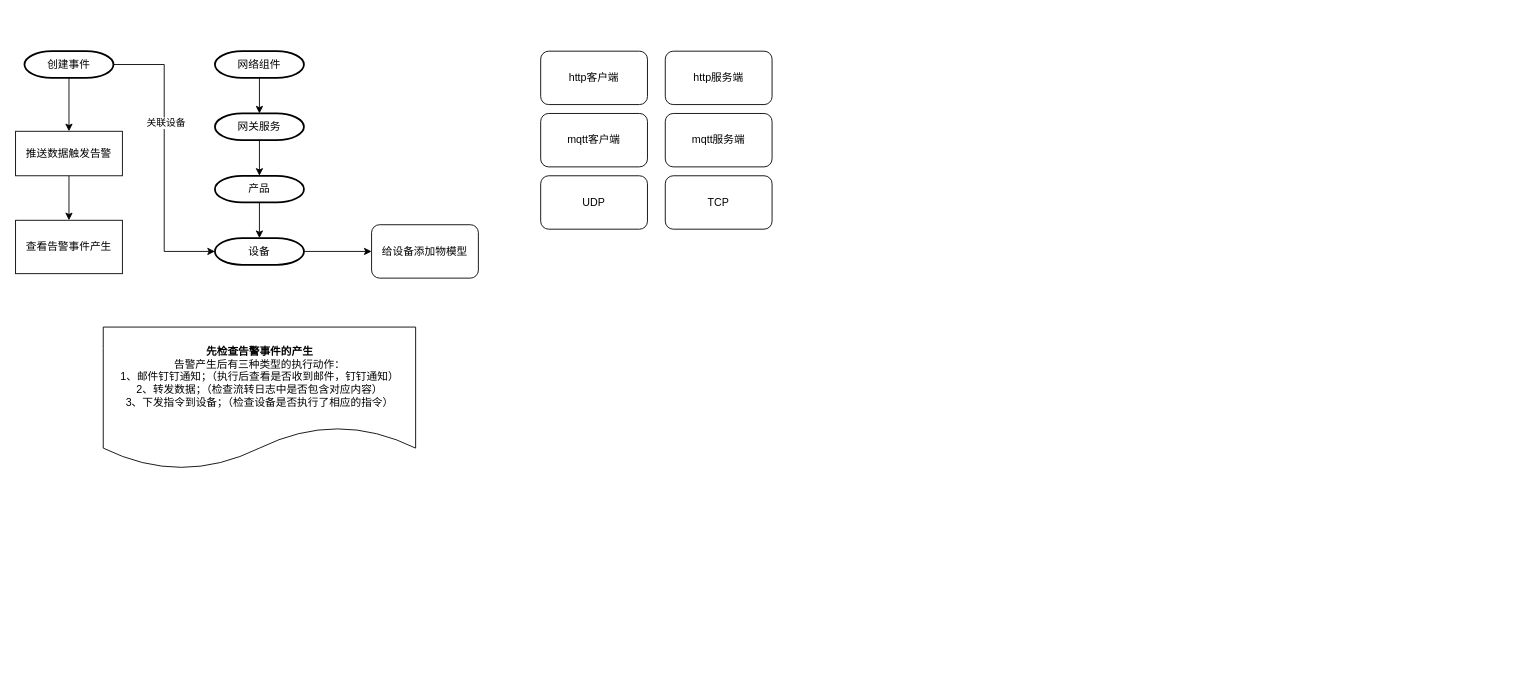
Before: 未命名绘图.drawio in TesterPi/test, a draw.io diagram. Source tidied: cells renumbered, new cells numbered last; positions are measured from the earlier drawing's top-left corner, leaving out a move shared by most shapes. Both pictures are drawn from the tidied source at 89%, with x=0, y=0 at pixel (15, 51).
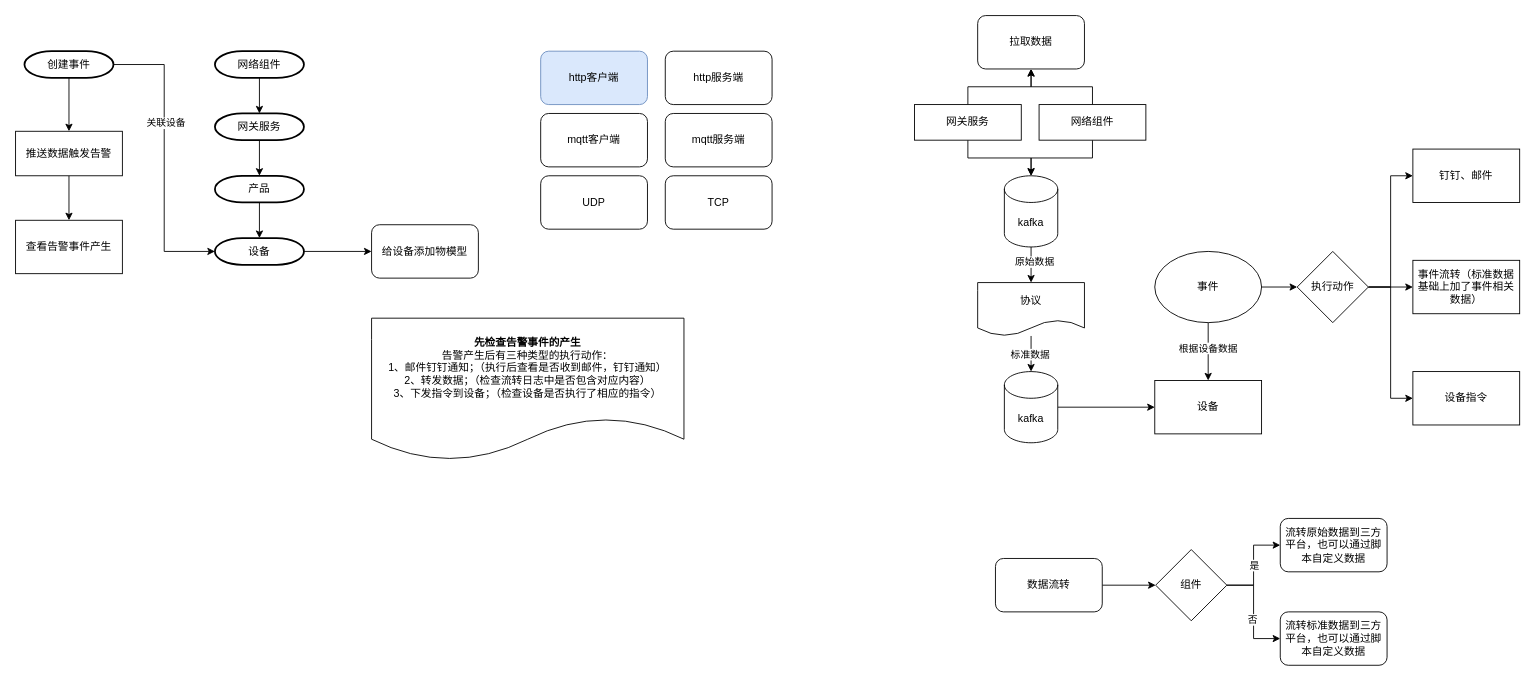
The same page after the edit.

Commit message:
更新未命名绘图.drawio

What changed in the source:
```diff
@@
     <mxCell id="18" value="&lt;b&gt;先检查告警事件的产生&lt;/b&gt;&lt;br&gt;告警产生后有三种类型的执行动作：&lt;br&gt;1、邮件钉钉通知；（执行后查看是否收到邮件，钉钉通知）&lt;br&gt;2、转发数据；（检查流转日志中是否包含对应内容）&lt;br&gt;3、下发指令到设备；（检查设备是否执行了相应的指令）" style="shape=document;whiteSpace=wrap;html=1;boundedLbl=1;" parent="1" vertex="1">
-      <mxGeometry x="98.5" y="310" width="351" height="160" as="geometry" />
+      <mxGeometry x="400" y="300" width="351" height="160" as="geometry" />
     </mxCell>
-    <mxCell id="19" value="http客户端" style="rounded=1;whiteSpace=wrap;html=1;" parent="1" vertex="1">
+    <mxCell id="19" value="http客户端" style="rounded=1;whiteSpace=wrap;html=1;fillColor=#dae8fc;strokeColor=#6c8ebf;" parent="1" vertex="1">
       <mxGeometry x="590" width="120" height="60" as="geometry" />
     </mxCell>
@@
+    <mxCell id="25" style="edgeStyle=orthogonalEdgeStyle;rounded=0;jettySize=auto;html=1;" parent="1" edge="1" source="27" target="47">
+      <mxGeometry relative="1" as="geometry" />
+    </mxCell>
+    <mxCell id="26" style="edgeStyle=orthogonalEdgeStyle;rounded=0;jettySize=auto;html=1;" parent="1" edge="1" source="27" target="34">
+      <mxGeometry relative="1" as="geometry" />
+    </mxCell>
+    <mxCell id="27" value="网络组件" style="rounded=0;whiteSpace=wrap;html=1;" parent="1" vertex="1">
+      <mxGeometry x="1150" y="60" width="120" height="40" as="geometry" />
+    </mxCell>
+    <mxCell id="28" style="edgeStyle=orthogonalEdgeStyle;rounded=0;jettySize=auto;html=1;" parent="1" edge="1" source="30" target="47">
+      <mxGeometry relative="1" as="geometry" />
+    </mxCell>
+    <mxCell id="29" style="edgeStyle=orthogonalEdgeStyle;rounded=0;jettySize=auto;html=1;entryX=0.5;entryY=0;entryDx=0;entryDy=0;entryPerimeter=0;" parent="1" edge="1" source="30" target="34">
+      <mxGeometry relative="1" as="geometry" />
+    </mxCell>
+    <mxCell id="30" value="网关服务" style="rounded=0;whiteSpace=wrap;html=1;" parent="1" vertex="1">
+      <mxGeometry x="1010" y="60" width="120" height="40" as="geometry" />
+    </mxCell>
+    <mxCell id="31" value="设备" style="rounded=0;whiteSpace=wrap;html=1;" parent="1" vertex="1">
+      <mxGeometry x="1280" y="370" width="120" height="60" as="geometry" />
+    </mxCell>
+    <mxCell id="32" style="edgeStyle=orthogonalEdgeStyle;rounded=0;jettySize=auto;html=1;" parent="1" edge="1" source="34" target="37">
+      <mxGeometry relative="1" as="geometry" />
+    </mxCell>
+    <mxCell id="33" value="原始数据" style="edgeLabel;html=1;align=center;verticalAlign=middle;" parent="32" vertex="1">
+      <mxGeometry x="-0.22" y="3" relative="1" as="geometry" />
+    </mxCell>
+    <mxCell id="34" value="kafka" style="shape=cylinder3;whiteSpace=wrap;html=1;boundedLbl=1;backgroundOutline=1;size=15;" parent="1" vertex="1">
+      <mxGeometry x="1111" y="140" width="60" height="80" as="geometry" />
+    </mxCell>
+    <mxCell id="35" style="edgeStyle=orthogonalEdgeStyle;rounded=0;jettySize=auto;html=1;" parent="1" edge="1" source="37" target="39">
+      <mxGeometry relative="1" as="geometry" />
+    </mxCell>
+    <mxCell id="36" value="标准数据" style="edgeLabel;html=1;align=center;verticalAlign=middle;" parent="35" vertex="1">
+      <mxGeometry x="-0.02" y="-2" relative="1" as="geometry" />
+    </mxCell>
+    <mxCell id="37" value="协议" style="shape=document;whiteSpace=wrap;html=1;boundedLbl=1;" parent="1" vertex="1">
+      <mxGeometry x="1081" y="260" width="120" height="60" as="geometry" />
+    </mxCell>
+    <mxCell id="38" style="edgeStyle=orthogonalEdgeStyle;rounded=0;jettySize=auto;html=1;" parent="1" edge="1" source="39" target="31">
+      <mxGeometry relative="1" as="geometry" />
+    </mxCell>
+    <mxCell id="39" value="kafka" style="shape=cylinder3;whiteSpace=wrap;html=1;boundedLbl=1;backgroundOutline=1;size=15;" parent="1" vertex="1">
+      <mxGeometry x="1111" y="360" width="60" height="80" as="geometry" />
+    </mxCell>
+    <mxCell id="40" style="edgeStyle=orthogonalEdgeStyle;rounded=0;jettySize=auto;html=1;" parent="1" edge="1" source="43" target="31">
+      <mxGeometry relative="1" as="geometry" />
+    </mxCell>
+    <mxCell id="41" value="根据设备数据" style="edgeLabel;html=1;align=center;verticalAlign=middle;" parent="40" vertex="1">
+      <mxGeometry x="-0.14" y="-1" relative="1" as="geometry" />
+    </mxCell>
+    <mxCell id="42" style="edgeStyle=orthogonalEdgeStyle;rounded=0;jettySize=auto;html=1;" parent="1" edge="1" source="43" target="51">
+      <mxGeometry relative="1" as="geometry" />
+    </mxCell>
+    <mxCell id="43" value="事件" style="ellipse;whiteSpace=wrap;html=1;" parent="1" vertex="1">
+      <mxGeometry x="1280" y="225" width="120" height="80" as="geometry" />
+    </mxCell>
+    <mxCell id="44" style="edgeStyle=orthogonalEdgeStyle;rounded=0;jettySize=auto;html=1;" parent="1" edge="1" source="45" target="59">
+      <mxGeometry relative="1" as="geometry" />
+    </mxCell>
+    <mxCell id="45" value="数据流转" style="rounded=1;whiteSpace=wrap;html=1;" parent="1" vertex="1">
+      <mxGeometry x="1101" y="570" width="120" height="60" as="geometry" />
+    </mxCell>
+    <mxCell id="46" value="流转原始数据到三方平台，也可以通过脚本自定义数据" style="rounded=1;whiteSpace=wrap;html=1;" parent="1" vertex="1">
+      <mxGeometry x="1421" y="525" width="120" height="60" as="geometry" />
+    </mxCell>
+    <mxCell id="47" value="拉取数据" style="rounded=1;whiteSpace=wrap;html=1;" parent="1" vertex="1">
+      <mxGeometry x="1081" y="-40" width="120" height="60" as="geometry" />
+    </mxCell>
+    <mxCell id="48" style="edgeStyle=orthogonalEdgeStyle;rounded=0;jettySize=auto;html=1;entryX=0;entryY=0.5;entryDx=0;entryDy=0;" parent="1" edge="1" source="51" target="52">
+      <mxGeometry relative="1" as="geometry" />
+    </mxCell>
+    <mxCell id="49" style="edgeStyle=orthogonalEdgeStyle;rounded=0;jettySize=auto;html=1;" parent="1" edge="1" source="51" target="53">
+      <mxGeometry relative="1" as="geometry" />
+    </mxCell>
+    <mxCell id="50" style="edgeStyle=orthogonalEdgeStyle;rounded=0;jettySize=auto;html=1;entryX=0;entryY=0.5;entryDx=0;entryDy=0;" parent="1" edge="1" source="51" target="54">
+      <mxGeometry relative="1" as="geometry" />
+    </mxCell>
+    <mxCell id="51" value="执行动作" style="rhombus;whiteSpace=wrap;html=1;" parent="1" vertex="1">
+      <mxGeometry x="1440" y="225" width="80" height="80" as="geometry" />
+    </mxCell>
+    <mxCell id="52" value="钉钉、邮件" style="rounded=0;whiteSpace=wrap;html=1;" parent="1" vertex="1">
+      <mxGeometry x="1570" y="110" width="120" height="60" as="geometry" />
+    </mxCell>
+    <mxCell id="53" value="事件流转（标准数据基础上加了事件相关数据）" style="rounded=0;whiteSpace=wrap;html=1;" parent="1" vertex="1">
+      <mxGeometry x="1570" y="235" width="120" height="60" as="geometry" />
+    </mxCell>
+    <mxCell id="54" value="设备指令" style="rounded=0;whiteSpace=wrap;html=1;" parent="1" vertex="1">
+      <mxGeometry x="1570" y="360" width="120" height="60" as="geometry" />
+    </mxCell>
+    <mxCell id="55" style="edgeStyle=orthogonalEdgeStyle;rounded=0;jettySize=auto;html=1;entryX=0;entryY=0.5;entryDx=0;entryDy=0;" parent="1" edge="1" source="59" target="46">
+      <mxGeometry relative="1" as="geometry" />
+    </mxCell>
+    <mxCell id="56" value="是" style="edgeLabel;html=1;align=center;verticalAlign=middle;" parent="55" vertex="1">
+      <mxGeometry x="0.01" relative="1" as="geometry" />
+    </mxCell>
+    <mxCell id="57" style="edgeStyle=orthogonalEdgeStyle;rounded=0;jettySize=auto;html=1;entryX=0;entryY=0.5;entryDx=0;entryDy=0;" parent="1" edge="1" source="59" target="60">
+      <mxGeometry relative="1" as="geometry" />
+    </mxCell>
+    <mxCell id="58" value="否" style="edgeLabel;html=1;align=center;verticalAlign=middle;" parent="57" vertex="1">
+      <mxGeometry x="0.13" y="-2" relative="1" as="geometry" />
+    </mxCell>
+    <mxCell id="59" value="组件" style="rhombus;whiteSpace=wrap;html=1;" parent="1" vertex="1">
+      <mxGeometry x="1281" y="560" width="80" height="80" as="geometry" />
+    </mxCell>
+    <mxCell id="60" value="流转标准数据到三方平台，也可以通过脚本自定义数据" style="rounded=1;whiteSpace=wrap;html=1;" parent="1" vertex="1">
+      <mxGeometry x="1421" y="630" width="120" height="60" as="geometry" />
+    </mxCell>
```
